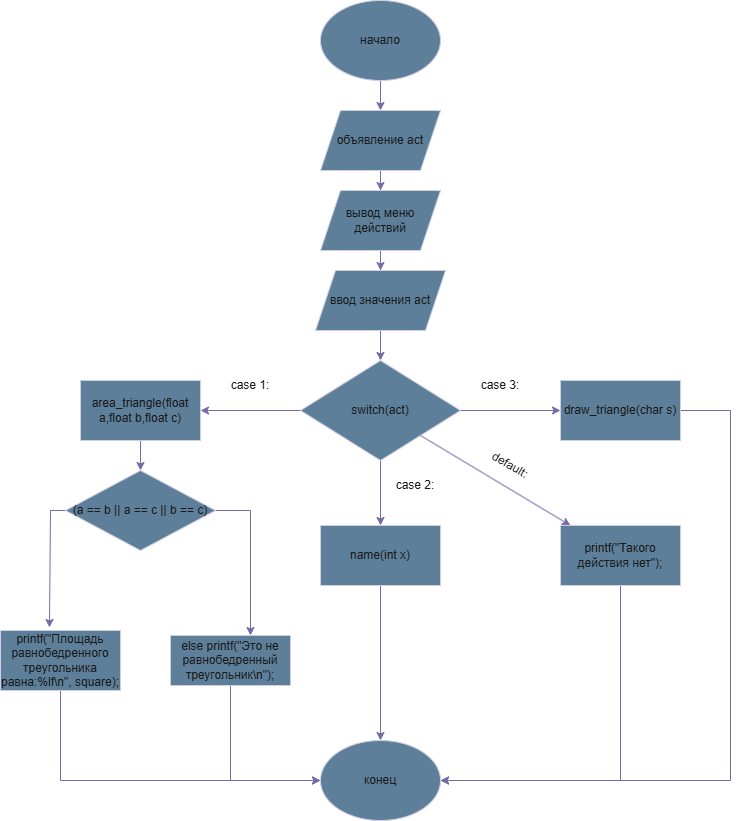
Before: лаб10.drawio.png, a diagram exported from draw.io (ArtemZemlyanukhin/Lab10-DZ). Source tidied: cells renumbered, new cells last; positions are measured from the earlier drawing's top-left corner, leaving out a move shared by most shapes.
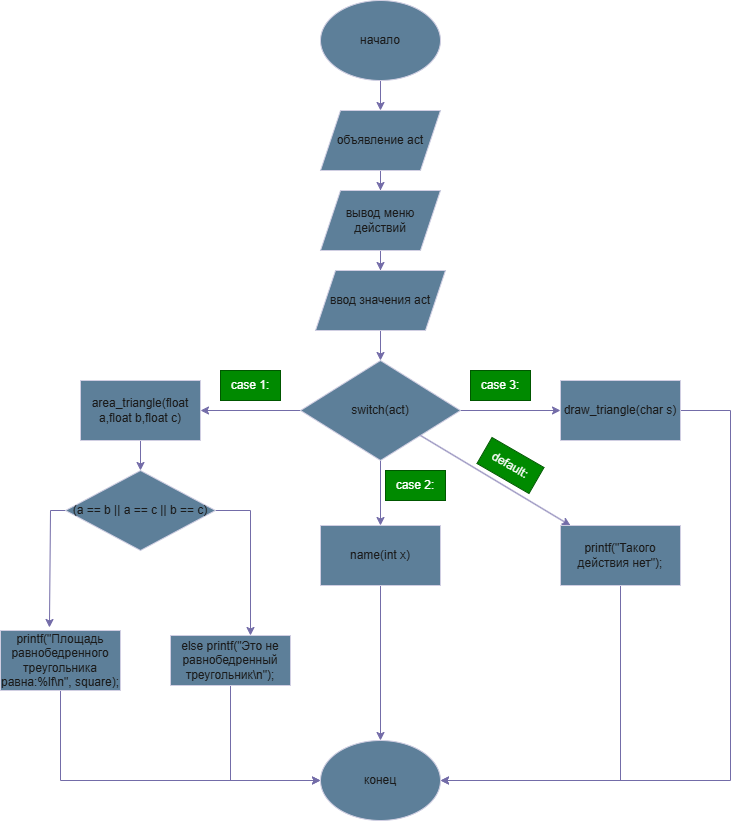
The same file after the commit.

Change to the diagram source:
```diff
@@ -44,7 +44,7 @@
     <mxCell id="15" value="area_triangle(float a,float b,float c)" style="whiteSpace=wrap;html=1;labelBackgroundColor=none;fillColor=#5D7F99;strokeColor=#D0CEE2;fontColor=#1A1A1A;" parent="1" vertex="1">
       <mxGeometry x="80" y="380" width="120" height="60" as="geometry" />
     </mxCell>
-    <mxCell id="16" value="case 1:" style="text;html=1;whiteSpace=wrap;strokeColor=none;fillColor=none;align=center;verticalAlign=middle;rounded=0;labelBackgroundColor=none;fontColor=#1A1A1A;" parent="1" vertex="1">
+    <mxCell id="16" value="case 1:" style="text;html=1;whiteSpace=wrap;strokeColor=#005700;fillColor=#008a00;align=center;verticalAlign=middle;rounded=0;labelBackgroundColor=none;fontColor=#ffffff;" parent="1" vertex="1">
       <mxGeometry x="220" y="370" width="60" height="30" as="geometry" />
     </mxCell>
     <mxCell id="17" style="edgeStyle=orthogonalEdgeStyle;rounded=0;jettySize=auto;html=1;entryX=1;entryY=0.5;entryDx=0;entryDy=0;labelBackgroundColor=none;fontColor=default;strokeColor=#736CA8;" parent="1" edge="1" source="18" target="34">
@@ -58,7 +58,7 @@
     <mxCell id="18" value="draw_triangle(char s)" style="whiteSpace=wrap;html=1;labelBackgroundColor=none;fillColor=#5D7F99;strokeColor=#D0CEE2;fontColor=#1A1A1A;" parent="1" vertex="1">
       <mxGeometry x="560" y="380" width="120" height="60" as="geometry" />
     </mxCell>
-    <mxCell id="19" value="case 3:" style="text;html=1;whiteSpace=wrap;strokeColor=none;fillColor=none;align=center;verticalAlign=middle;rounded=0;labelBackgroundColor=none;fontColor=#1A1A1A;" parent="1" vertex="1">
+    <mxCell id="19" value="case 3:" style="text;html=1;whiteSpace=wrap;strokeColor=#005700;fillColor=#008a00;align=center;verticalAlign=middle;rounded=0;labelBackgroundColor=none;fontColor=#ffffff;" parent="1" vertex="1">
       <mxGeometry x="470" y="370" width="60" height="30" as="geometry" />
     </mxCell>
     <mxCell id="20" style="edgeStyle=orthogonalEdgeStyle;rounded=0;jettySize=auto;html=1;entryX=0.408;entryY=-0.05;entryDx=0;entryDy=0;entryPerimeter=0;labelBackgroundColor=none;fontColor=default;strokeColor=#736CA8;" parent="1" edge="1" source="22" target="26">
@@ -105,7 +105,7 @@
     <mxCell id="28" value="name(int x)" style="whiteSpace=wrap;html=1;labelBackgroundColor=none;fillColor=#5D7F99;strokeColor=#D0CEE2;fontColor=#1A1A1A;" parent="1" vertex="1">
       <mxGeometry x="320" y="525" width="120" height="60" as="geometry" />
     </mxCell>
-    <mxCell id="29" value="case 2:" style="text;html=1;whiteSpace=wrap;strokeColor=none;fillColor=none;align=center;verticalAlign=middle;rounded=0;labelBackgroundColor=none;fontColor=#1A1A1A;" parent="1" vertex="1">
+    <mxCell id="29" value="case 2:" style="text;html=1;whiteSpace=wrap;strokeColor=#005700;fillColor=#008a00;align=center;verticalAlign=middle;rounded=0;labelBackgroundColor=none;fontColor=#ffffff;" parent="1" vertex="1">
       <mxGeometry x="385" y="470" width="60" height="30" as="geometry" />
     </mxCell>
     <mxCell id="30" style="endArrow=classic;html=1;rounded=0;exitX=1;exitY=1;exitDx=0;exitDy=0;labelBackgroundColor=none;fontColor=default;strokeColor=#736CA8;" parent="1" edge="1" source="13" target="32">
@@ -121,7 +121,7 @@
     <mxCell id="32" value="printf(&quot;Такого действия нет&quot;);" style="rounded=0;whiteSpace=wrap;html=1;labelBackgroundColor=none;fillColor=#5D7F99;strokeColor=#D0CEE2;fontColor=#1A1A1A;" parent="1" vertex="1">
       <mxGeometry x="560" y="525" width="120" height="60" as="geometry" />
     </mxCell>
-    <mxCell id="33" value="default:" style="text;html=1;whiteSpace=wrap;strokeColor=none;fillColor=none;align=center;verticalAlign=middle;rounded=0;rotation=30;labelBackgroundColor=none;fontColor=#1A1A1A;" parent="1" vertex="1">
+    <mxCell id="33" value="default:" style="text;html=1;whiteSpace=wrap;strokeColor=#005700;fillColor=#008a00;align=center;verticalAlign=middle;rounded=0;rotation=30;labelBackgroundColor=none;fontColor=#ffffff;" parent="1" vertex="1">
       <mxGeometry x="480" y="450" width="60" height="30" as="geometry" />
     </mxCell>
     <mxCell id="34" value="конец" style="ellipse;whiteSpace=wrap;html=1;labelBackgroundColor=none;fillColor=#5D7F99;strokeColor=#D0CEE2;fontColor=#1A1A1A;" parent="1" vertex="1">
```
